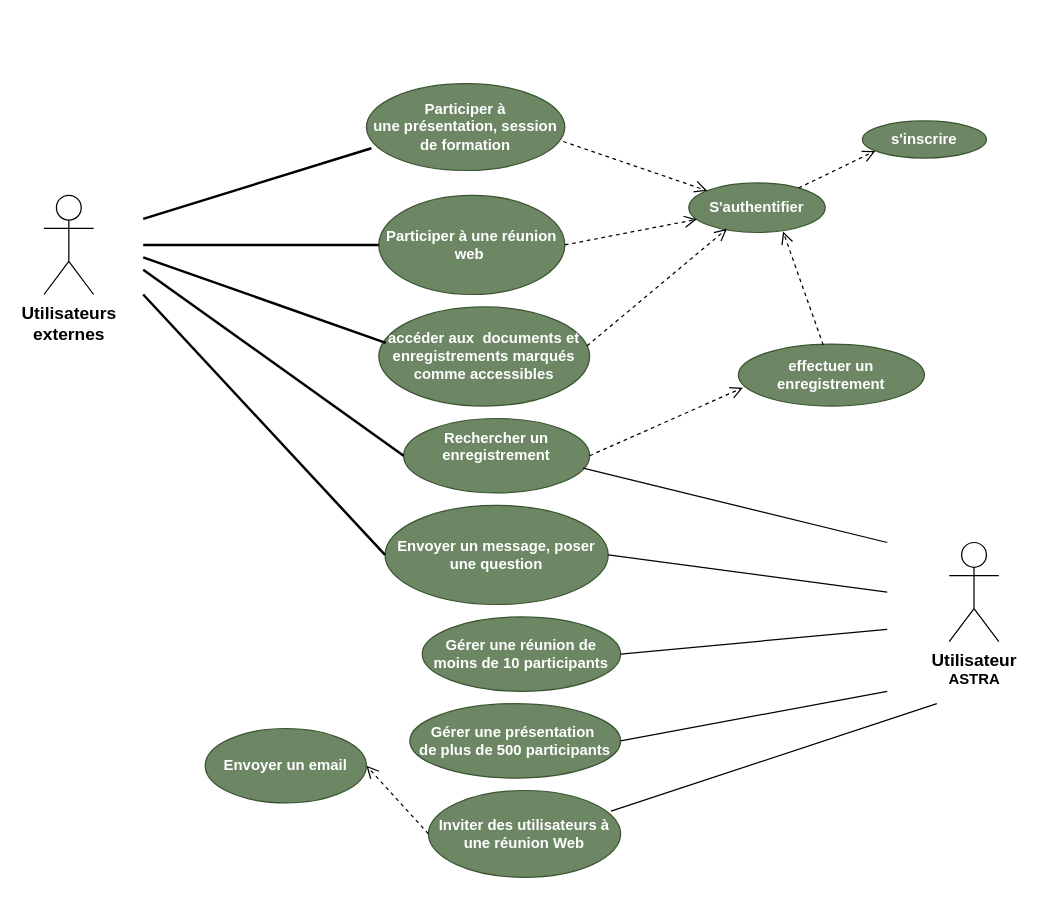
Lamessolo/ProjetLeadTech keeps this draw.io diagram as page "CasUtilisation_AstraRecherche" (8 of 9) of AstraComponentDiagr.drawio. Above is the earlier version. Source tidied: cells renumbered, new cells numbered last; positions are measured from the earlier drawing's top-left corner, leaving out a move shared by most shapes. Both pictures are drawn from the tidied source at 124%, with x=0, y=0 at pixel (43, 83).
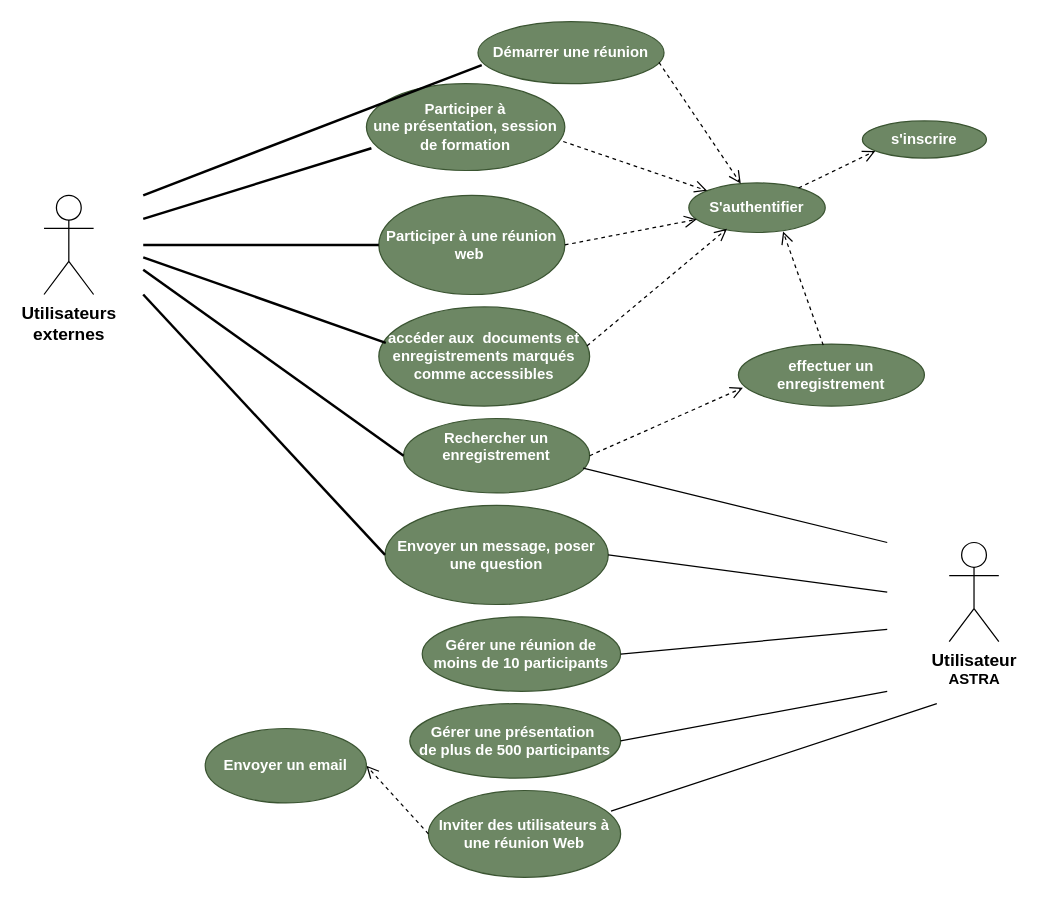
The same page after the edit.

The change refers to these unchanged cells:
```xml
<mxCell id="15" value="&lt;b&gt;S'authentifier&lt;br&gt;&lt;/b&gt;" style="ellipse;whiteSpace=wrap;html=1;fillColor=#6d8764;strokeColor=#3A5431;fontColor=#ffffff;" parent="1" vertex="1">
  <mxGeometry x="520" y="80" width="110" height="40" as="geometry" />
</mxCell>
```

The edit, as a diff of the source:
```diff
@@
+    <mxCell id="33" value="&lt;b&gt;Démarrer&amp;nbsp;une&amp;nbsp;réunion&lt;/b&gt;" style="ellipse;whiteSpace=wrap;html=1;fillColor=#6d8764;strokeColor=#3A5431;fontColor=#ffffff;" parent="1" vertex="1">
+      <mxGeometry x="350" y="-50" width="150" height="50" as="geometry" />
+    </mxCell>
+    <mxCell id="34" style="endArrow=none;html=1;entryX=0.02;entryY=0.7;entryDx=0;entryDy=0;entryPerimeter=0;strokeWidth=2;" parent="1" edge="1" target="33">
+      <mxGeometry relative="1" as="geometry">
+        <mxPoint x="80" y="90" as="sourcePoint" />
+      </mxGeometry>
+    </mxCell>
+    <mxCell id="35" style="html=1;verticalAlign=bottom;endArrow=open;dashed=1;endSize=8;exitX=0.973;exitY=0.657;exitDx=0;exitDy=0;exitPerimeter=0;" parent="1" edge="1" source="33" target="15">
+      <mxGeometry relative="1" as="geometry" />
+    </mxCell>
```
